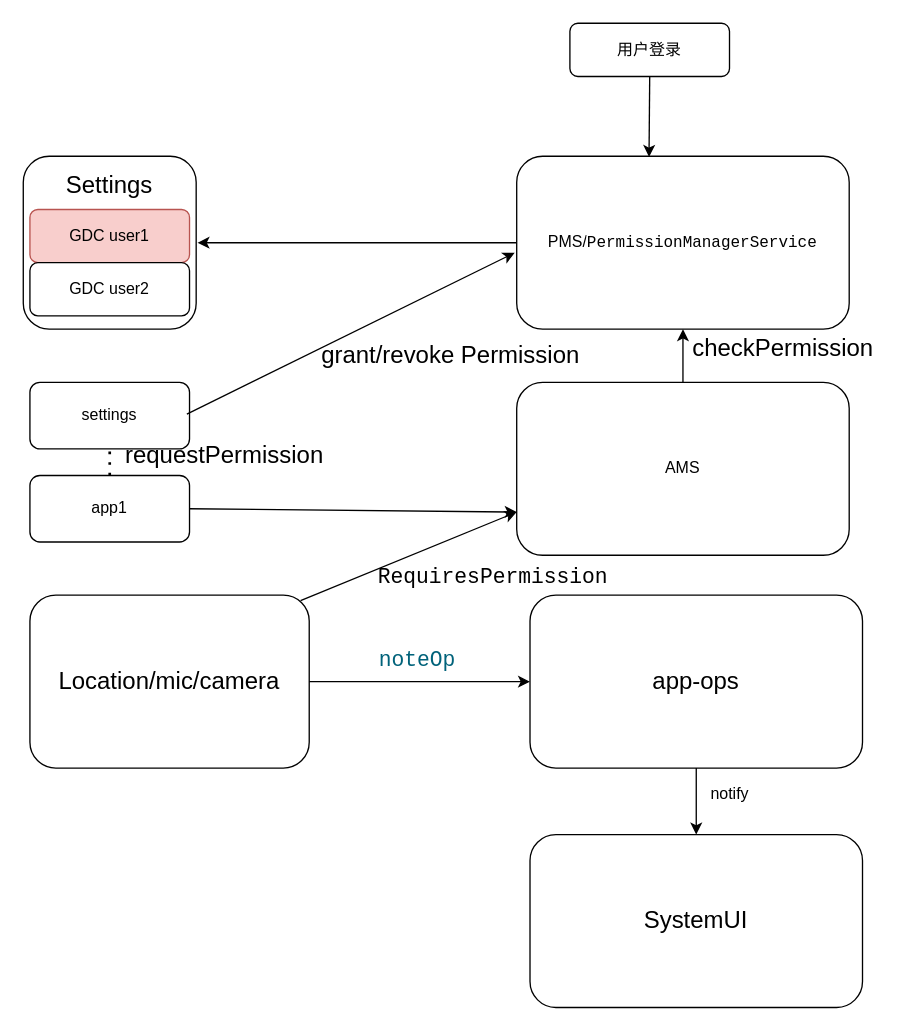
Earlier version of the draw.io diagram test1.drawio (zhu2006/person). Source tidied: cells renumbered, new cells numbered last; positions are measured from the earlier drawing's top-left corner, leaving out a move shared by most shapes. Both pictures are drawn from the tidied source at 133%, with x=0, y=0 at pixel (23, 23).
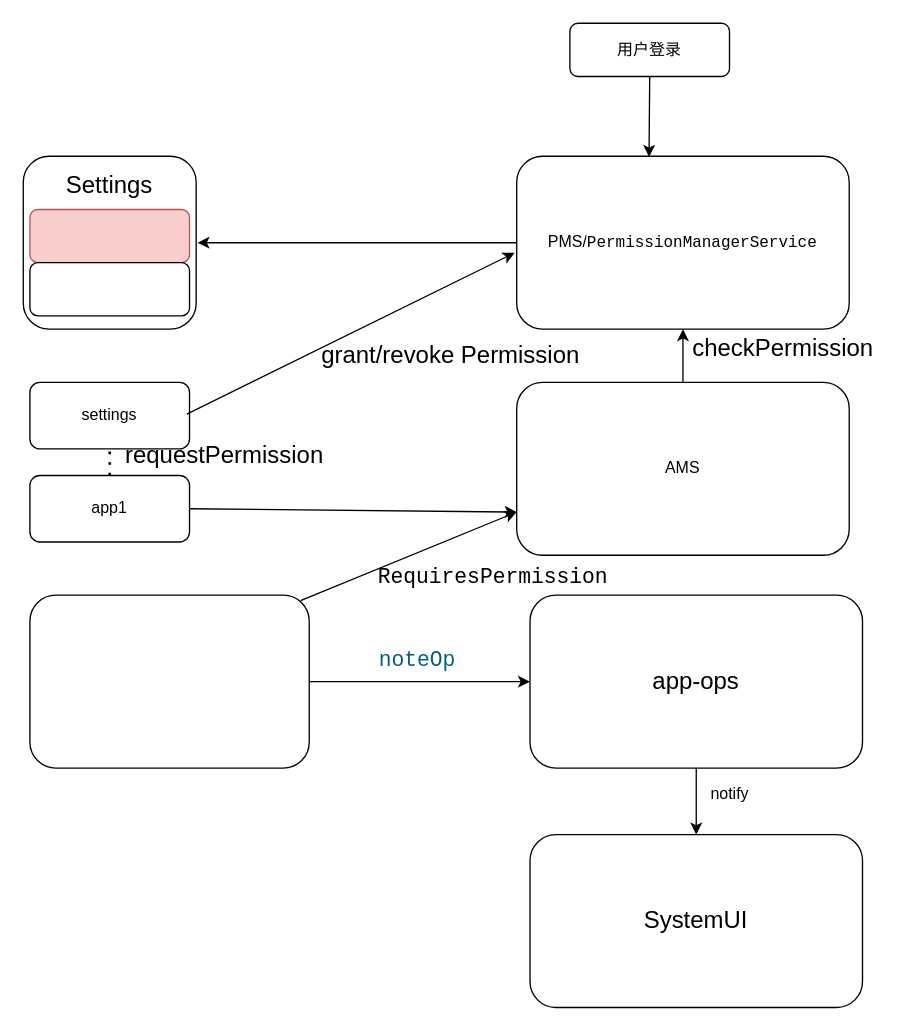
After the change.

What changed in the source:
```diff
@@
-    <mxCell id="8" value="GDC user1" style="rounded=1;whiteSpace=wrap;html=1;fontSize=12;glass=0;strokeWidth=1;shadow=0;fillColor=#f8cecc;strokeColor=#b85450;" parent="1" vertex="1">
+    <mxCell id="8" style="rounded=1;whiteSpace=wrap;html=1;fontSize=12;glass=0;strokeWidth=1;shadow=0;fillColor=#f8cecc;strokeColor=#b85450;" parent="1" vertex="1">
       <mxGeometry x="5" y="140" width="120" height="40" as="geometry" />
     </mxCell>
-    <mxCell id="9" value="GDC user2" style="rounded=1;whiteSpace=wrap;html=1;fontSize=12;glass=0;strokeWidth=1;shadow=0;" parent="1" vertex="1">
+    <mxCell id="9" style="rounded=1;whiteSpace=wrap;html=1;fontSize=12;glass=0;strokeWidth=1;shadow=0;" parent="1" vertex="1">
       <mxGeometry x="5" y="180" width="120" height="40" as="geometry" />
     </mxCell>
@@
-    <mxCell id="13" value="&lt;font style=&quot;font-size: 18px&quot;&gt;Location/mic/camera&lt;/font&gt;" style="rounded=1;whiteSpace=wrap;html=1;fontSize=12;glass=0;strokeWidth=1;shadow=0;" parent="1" vertex="1">
+    <mxCell id="13" style="rounded=1;whiteSpace=wrap;html=1;fontSize=12;glass=0;strokeWidth=1;shadow=0;" parent="1" vertex="1">
       <mxGeometry x="5" y="430" width="210" height="130" as="geometry" />
     </mxCell>
```
